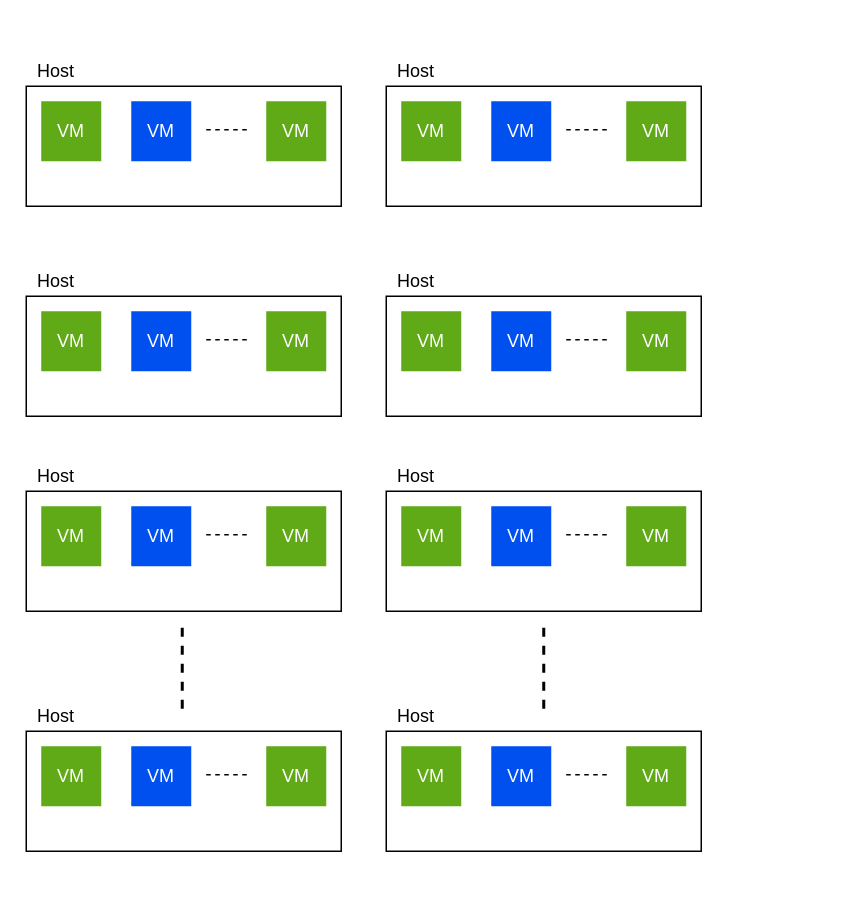
The draw.io diagram Virtual ELB.drawio in sugchand/drawio, before the edit. Source tidied: cells renumbered, new cells numbered last; positions are measured from the earlier drawing's top-left corner, leaving out a move shared by most shapes. Both pictures are drawn from the tidied source at 150%, with x=0, y=0 at pixel (26, 56).
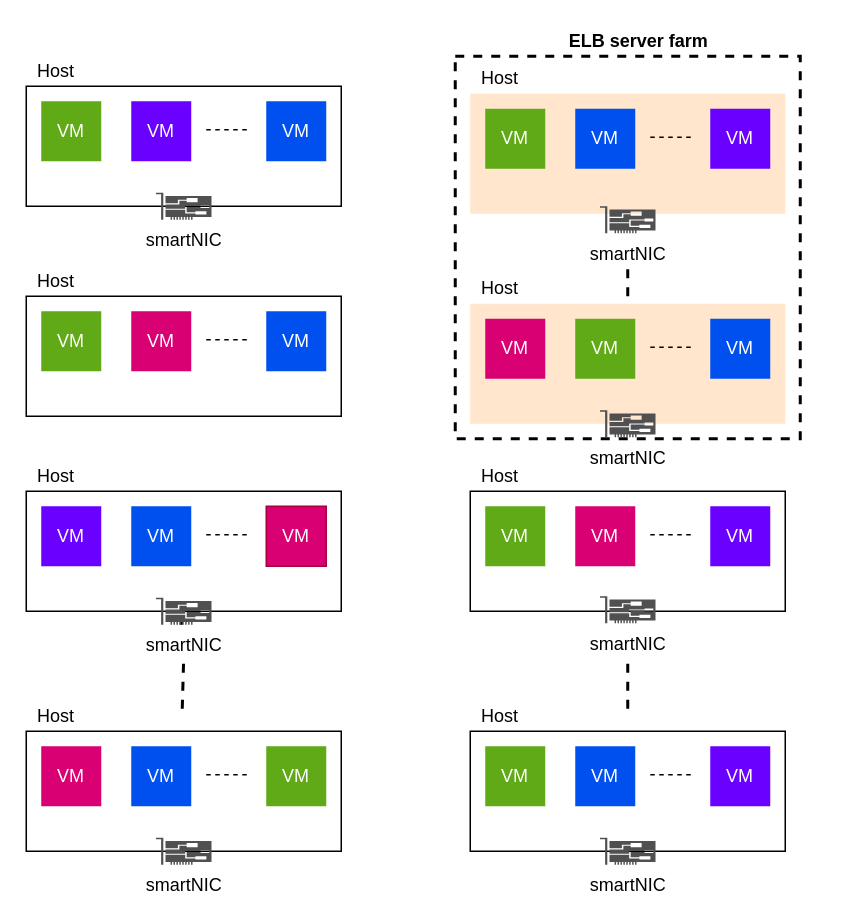
Above is the later version.

Unchanged cells that the change refers to:
```xml
<mxCell id="16" style="group;" parent="1" vertex="1">
  <mxGeometry y="140" width="210" height="100" as="geometry" />
</mxCell>
<mxCell id="30" style="group;" parent="1" vertex="1">
  <mxGeometry y="270" width="210" height="100" as="geometry" />
</mxCell>
<mxCell id="44" style="group;" parent="1" vertex="1">
  <mxGeometry y="430" width="210" height="100" as="geometry" />
</mxCell>
```

The edit, as a diff of the source:
```diff
@@
     <mxCell id="2" style="group;" parent="1" vertex="1">
-      <mxGeometry width="210" height="100" as="geometry" />
+      <mxGeometry width="210" height="109" as="geometry" />
     </mxCell>
@@
-    <mxCell id="5" value="VM" style="rounded=0;whiteSpace=wrap;html=1;fillColor=#0050ef;strokeColor=none;fontColor=#ffffff;" parent="2" vertex="1">
+    <mxCell id="5" value="VM" style="rounded=0;whiteSpace=wrap;html=1;fillColor=#6a00ff;strokeColor=none;fontColor=#ffffff;" parent="2" vertex="1">
       <mxGeometry x="70" y="30" width="40" height="40" as="geometry" />
     </mxCell>
-    <mxCell id="6" value="VM" style="rounded=0;whiteSpace=wrap;html=1;fillColor=#60a917;strokeColor=none;fontColor=#ffffff;" parent="2" vertex="1">
+    <mxCell id="6" value="VM" style="rounded=0;whiteSpace=wrap;html=1;fillColor=#0050ef;strokeColor=none;fontColor=#ffffff;" parent="2" vertex="1">
       <mxGeometry x="160" y="30" width="40" height="40" as="geometry" />
     </mxCell>
@@
-    <mxCell id="9" style="group;" parent="1" vertex="1">
-      <mxGeometry x="240" width="210" height="100" as="geometry" />
-    </mxCell>
-    <mxCell id="10" style="rounded=0;whiteSpace=wrap;html=1;" parent="9" vertex="1">
-      <mxGeometry y="20" width="210" height="80" as="geometry" />
-    </mxCell>
-    <mxCell id="11" value="VM" style="rounded=0;whiteSpace=wrap;html=1;fillColor=#60a917;strokeColor=none;fontColor=#ffffff;" parent="9" vertex="1">
-      <mxGeometry x="10" y="30" width="40" height="40" as="geometry" />
-    </mxCell>
-    <mxCell id="12" value="VM" style="rounded=0;whiteSpace=wrap;html=1;fillColor=#0050ef;strokeColor=none;fontColor=#ffffff;" parent="9" vertex="1">
-      <mxGeometry x="70" y="30" width="40" height="40" as="geometry" />
-    </mxCell>
-    <mxCell id="13" value="VM" style="rounded=0;whiteSpace=wrap;html=1;fillColor=#60a917;strokeColor=none;fontColor=#ffffff;" parent="9" vertex="1">
-      <mxGeometry x="160" y="30" width="40" height="40" as="geometry" />
-    </mxCell>
-    <mxCell id="14" style="endArrow=none;dashed=1;html=1;" parent="9" edge="1">
-      <mxGeometry relative="1" as="geometry">
-        <mxPoint x="120" y="49" as="sourcePoint" />
-        <mxPoint x="150" y="49" as="targetPoint" />
-      </mxGeometry>
-    </mxCell>
-    <mxCell id="15" value="Host" style="text;html=1;strokeColor=none;fillColor=none;align=center;verticalAlign=middle;whiteSpace=wrap;rounded=0;" parent="9" vertex="1">
-      <mxGeometry width="40" height="20" as="geometry" />
-    </mxCell>
+    <mxCell id="60" value="smartNIC" style="shadow=0;dashed=0;html=1;strokeColor=none;fillColor=#505050;labelPosition=center;verticalLabelPosition=bottom;verticalAlign=top;align=center;shape=mxgraph.office.devices.nic;" parent="2" vertex="1">
+      <mxGeometry x="86.5" y="91" width="37" height="18" as="geometry" />
+    </mxCell>
@@
-    <mxCell id="19" value="VM" style="rounded=0;whiteSpace=wrap;html=1;fillColor=#0050ef;strokeColor=none;fontColor=#ffffff;" parent="16" vertex="1">
+    <mxCell id="19" value="VM" style="rounded=0;whiteSpace=wrap;html=1;fillColor=#d80073;strokeColor=none;fontColor=#ffffff;" parent="16" vertex="1">
       <mxGeometry x="70" y="30" width="40" height="40" as="geometry" />
     </mxCell>
-    <mxCell id="20" value="VM" style="rounded=0;whiteSpace=wrap;html=1;fillColor=#60a917;strokeColor=none;fontColor=#ffffff;" parent="16" vertex="1">
+    <mxCell id="20" value="VM" style="rounded=0;whiteSpace=wrap;html=1;fillColor=#0050ef;strokeColor=none;fontColor=#ffffff;" parent="16" vertex="1">
       <mxGeometry x="160" y="30" width="40" height="40" as="geometry" />
     </mxCell>
@@
-    <mxCell id="23" style="group;" parent="1" vertex="1">
-      <mxGeometry x="240" y="140" width="210" height="100" as="geometry" />
-    </mxCell>
-    <mxCell id="24" style="rounded=0;whiteSpace=wrap;html=1;" parent="23" vertex="1">
-      <mxGeometry y="20" width="210" height="80" as="geometry" />
-    </mxCell>
-    <mxCell id="25" value="VM" style="rounded=0;whiteSpace=wrap;html=1;fillColor=#60a917;strokeColor=none;fontColor=#ffffff;" parent="23" vertex="1">
-      <mxGeometry x="10" y="30" width="40" height="40" as="geometry" />
-    </mxCell>
-    <mxCell id="26" value="VM" style="rounded=0;whiteSpace=wrap;html=1;fillColor=#0050ef;strokeColor=none;fontColor=#ffffff;" parent="23" vertex="1">
-      <mxGeometry x="70" y="30" width="40" height="40" as="geometry" />
-    </mxCell>
-    <mxCell id="27" value="VM" style="rounded=0;whiteSpace=wrap;html=1;fillColor=#60a917;strokeColor=none;fontColor=#ffffff;" parent="23" vertex="1">
-      <mxGeometry x="160" y="30" width="40" height="40" as="geometry" />
-    </mxCell>
-    <mxCell id="28" style="endArrow=none;dashed=1;html=1;" parent="23" edge="1">
-      <mxGeometry relative="1" as="geometry">
-        <mxPoint x="120" y="49" as="sourcePoint" />
-        <mxPoint x="150" y="49" as="targetPoint" />
-      </mxGeometry>
-    </mxCell>
-    <mxCell id="29" value="Host" style="text;html=1;strokeColor=none;fillColor=none;align=center;verticalAlign=middle;whiteSpace=wrap;rounded=0;" parent="23" vertex="1">
-      <mxGeometry width="40" height="20" as="geometry" />
-    </mxCell>
@@
-    <mxCell id="32" value="VM" style="rounded=0;whiteSpace=wrap;html=1;fillColor=#60a917;strokeColor=none;fontColor=#ffffff;" parent="30" vertex="1">
+    <mxCell id="32" value="VM" style="rounded=0;whiteSpace=wrap;html=1;fillColor=#6a00ff;strokeColor=none;fontColor=#ffffff;" parent="30" vertex="1">
       <mxGeometry x="10" y="30" width="40" height="40" as="geometry" />
     </mxCell>
@@
-    <mxCell id="34" value="VM" style="rounded=0;whiteSpace=wrap;html=1;fillColor=#60a917;strokeColor=none;fontColor=#ffffff;" parent="30" vertex="1">
+    <mxCell id="34" value="VM" style="rounded=0;whiteSpace=wrap;html=1;fillColor=#d80073;strokeColor=#A50040;fontColor=#ffffff;" parent="30" vertex="1">
       <mxGeometry x="160" y="30" width="40" height="40" as="geometry" />
     </mxCell>
@@
     <mxCell id="37" style="group;" parent="1" vertex="1">
-      <mxGeometry x="240" y="270" width="210" height="100" as="geometry" />
+      <mxGeometry x="296" y="270" width="210" height="100" as="geometry" />
     </mxCell>
@@
-    <mxCell id="40" value="VM" style="rounded=0;whiteSpace=wrap;html=1;fillColor=#0050ef;strokeColor=none;fontColor=#ffffff;" parent="37" vertex="1">
+    <mxCell id="40" value="VM" style="rounded=0;whiteSpace=wrap;html=1;fillColor=#d80073;strokeColor=none;fontColor=#ffffff;" parent="37" vertex="1">
       <mxGeometry x="70" y="30" width="40" height="40" as="geometry" />
     </mxCell>
-    <mxCell id="41" value="VM" style="rounded=0;whiteSpace=wrap;html=1;fillColor=#60a917;strokeColor=none;fontColor=#ffffff;" parent="37" vertex="1">
+    <mxCell id="41" value="VM" style="rounded=0;whiteSpace=wrap;html=1;fillColor=#6a00ff;strokeColor=none;fontColor=#ffffff;" parent="37" vertex="1">
       <mxGeometry x="160" y="30" width="40" height="40" as="geometry" />
     </mxCell>
@@
-    <mxCell id="46" value="VM" style="rounded=0;whiteSpace=wrap;html=1;fillColor=#60a917;strokeColor=none;fontColor=#ffffff;" parent="44" vertex="1">
+    <mxCell id="46" value="VM" style="rounded=0;whiteSpace=wrap;html=1;fillColor=#d80073;strokeColor=none;fontColor=#ffffff;" parent="44" vertex="1">
       <mxGeometry x="10" y="30" width="40" height="40" as="geometry" />
     </mxCell>
@@
     <mxCell id="51" style="group;" parent="1" vertex="1">
-      <mxGeometry x="240" y="430" width="210" height="100" as="geometry" />
+      <mxGeometry x="296" y="430" width="210" height="109" as="geometry" />
     </mxCell>
@@
-    <mxCell id="55" value="VM" style="rounded=0;whiteSpace=wrap;html=1;fillColor=#60a917;strokeColor=none;fontColor=#ffffff;" parent="51" vertex="1">
+    <mxCell id="55" value="VM" style="rounded=0;whiteSpace=wrap;html=1;fillColor=#6a00ff;strokeColor=none;fontColor=#ffffff;" parent="51" vertex="1">
       <mxGeometry x="160" y="30" width="40" height="40" as="geometry" />
     </mxCell>
@@
+    <mxCell id="61" value="smartNIC" style="shadow=0;dashed=0;html=1;strokeColor=none;fillColor=#505050;labelPosition=center;verticalLabelPosition=bottom;verticalAlign=top;align=center;shape=mxgraph.office.devices.nic;" parent="51" vertex="1">
+      <mxGeometry x="86.5" y="91" width="37" height="18" as="geometry" />
+    </mxCell>
-    <mxCell id="58" style="endArrow=none;dashed=1;html=1;strokeWidth=2;" parent="1" edge="1">
+    <mxCell id="58" style="endArrow=none;dashed=1;html=1;strokeWidth=2;" parent="1" edge="1" source="70">
       <mxGeometry relative="1" as="geometry">
-        <mxPoint x="104" y="435" as="sourcePoint" />
         <mxPoint x="104" y="375" as="targetPoint" />
       </mxGeometry>
     </mxCell>
     <mxCell id="59" style="endArrow=none;dashed=1;html=1;strokeWidth=2;" parent="1" edge="1">
       <mxGeometry relative="1" as="geometry">
-        <mxPoint x="345" y="435" as="sourcePoint" />
-        <mxPoint x="345" y="375" as="targetPoint" />
+        <mxPoint x="401" y="435" as="sourcePoint" />
+        <mxPoint x="401" y="400" as="targetPoint" />
       </mxGeometry>
     </mxCell>
+    <mxCell id="62" style="group;" parent="1" vertex="1">
+      <mxGeometry x="286" width="250" height="255" as="geometry" />
+    </mxCell>
+    <mxCell id="63" style="rounded=0;whiteSpace=wrap;html=1;dashed=1;strokeWidth=2;" parent="62" vertex="1">
+      <mxGeometry width="230" height="255" as="geometry" />
+    </mxCell>
+    <mxCell id="64" style="group;" parent="62" vertex="1">
+      <mxGeometry x="10" y="5" width="240" height="250" as="geometry" />
+    </mxCell>
+    <mxCell id="23" style="group;" parent="64" vertex="1">
+      <mxGeometry y="140" width="210" height="109" as="geometry" />
+    </mxCell>
+    <mxCell id="24" style="rounded=0;whiteSpace=wrap;html=1;fillColor=#ffe6cc;strokeColor=none;" parent="23" vertex="1">
+      <mxGeometry y="20" width="210" height="80" as="geometry" />
+    </mxCell>
+    <mxCell id="25" value="VM" style="rounded=0;whiteSpace=wrap;html=1;fillColor=#d80073;strokeColor=none;fontColor=#ffffff;" parent="23" vertex="1">
+      <mxGeometry x="10" y="30" width="40" height="40" as="geometry" />
+    </mxCell>
+    <mxCell id="26" value="VM" style="rounded=0;whiteSpace=wrap;html=1;fillColor=#60a917;strokeColor=none;fontColor=#ffffff;" parent="23" vertex="1">
+      <mxGeometry x="70" y="30" width="40" height="40" as="geometry" />
+    </mxCell>
+    <mxCell id="27" value="VM" style="rounded=0;whiteSpace=wrap;html=1;fillColor=#0050ef;strokeColor=none;fontColor=#ffffff;" parent="23" vertex="1">
+      <mxGeometry x="160" y="30" width="40" height="40" as="geometry" />
+    </mxCell>
+    <mxCell id="28" style="endArrow=none;dashed=1;html=1;" parent="23" edge="1">
+      <mxGeometry relative="1" as="geometry">
+        <mxPoint x="120" y="49" as="sourcePoint" />
+        <mxPoint x="150" y="49" as="targetPoint" />
+      </mxGeometry>
+    </mxCell>
+    <mxCell id="29" value="Host" style="text;html=1;strokeColor=none;fillColor=none;align=center;verticalAlign=middle;whiteSpace=wrap;rounded=0;" parent="23" vertex="1">
+      <mxGeometry width="40" height="20" as="geometry" />
+    </mxCell>
+    <mxCell id="65" value="smartNIC" style="shadow=0;dashed=0;html=1;strokeColor=none;fillColor=#505050;labelPosition=center;verticalLabelPosition=bottom;verticalAlign=top;align=center;shape=mxgraph.office.devices.nic;" parent="23" vertex="1">
+      <mxGeometry x="86.5" y="91" width="37" height="18" as="geometry" />
+    </mxCell>
+    <mxCell id="66" style="group;" parent="64" vertex="1">
+      <mxGeometry width="240" height="250" as="geometry" />
+    </mxCell>
+    <mxCell id="10" style="rounded=0;whiteSpace=wrap;html=1;fillColor=#ffe6cc;strokeColor=none;" parent="66" vertex="1">
+      <mxGeometry y="20" width="210" height="80" as="geometry" />
+    </mxCell>
+    <mxCell id="11" value="VM" style="rounded=0;whiteSpace=wrap;html=1;fillColor=#60a917;strokeColor=none;fontColor=#ffffff;" parent="66" vertex="1">
+      <mxGeometry x="10" y="30" width="40" height="40" as="geometry" />
+    </mxCell>
+    <mxCell id="12" value="VM" style="rounded=0;whiteSpace=wrap;html=1;fillColor=#0050ef;strokeColor=none;fontColor=#ffffff;" parent="66" vertex="1">
+      <mxGeometry x="70" y="30" width="40" height="40" as="geometry" />
+    </mxCell>
+    <mxCell id="13" value="VM" style="rounded=0;whiteSpace=wrap;html=1;fillColor=#6a00ff;strokeColor=none;fontColor=#ffffff;" parent="66" vertex="1">
+      <mxGeometry x="160" y="30" width="40" height="40" as="geometry" />
+    </mxCell>
+    <mxCell id="14" style="endArrow=none;dashed=1;html=1;" parent="66" edge="1">
+      <mxGeometry relative="1" as="geometry">
+        <mxPoint x="120" y="49" as="sourcePoint" />
+        <mxPoint x="150" y="49" as="targetPoint" />
+      </mxGeometry>
+    </mxCell>
+    <mxCell id="15" value="Host" style="text;html=1;strokeColor=none;fillColor=none;align=center;verticalAlign=middle;whiteSpace=wrap;rounded=0;" parent="66" vertex="1">
+      <mxGeometry width="40" height="20" as="geometry" />
+    </mxCell>
+    <mxCell id="67" value="smartNIC" style="shadow=0;dashed=0;html=1;strokeColor=none;fillColor=#505050;labelPosition=center;verticalLabelPosition=bottom;verticalAlign=top;align=center;shape=mxgraph.office.devices.nic;" parent="62" vertex="1">
+      <mxGeometry x="96.5" y="100" width="37" height="18" as="geometry" />
+    </mxCell>
+    <mxCell id="68" style="endArrow=none;dashed=1;html=1;strokeWidth=2;" parent="62" edge="1">
+      <mxGeometry relative="1" as="geometry">
+        <mxPoint x="115" y="160" as="sourcePoint" />
+        <mxPoint x="115" y="140" as="targetPoint" />
+      </mxGeometry>
+    </mxCell>
+    <mxCell id="69" value="&lt;b&gt;ELB server farm&lt;/b&gt;" style="text;html=1;strokeColor=none;fillColor=none;align=center;verticalAlign=middle;whiteSpace=wrap;rounded=0;dashed=1;" parent="1" vertex="1">
+      <mxGeometry x="361" y="-20" width="95" height="20" as="geometry" />
+    </mxCell>
+    <mxCell id="70" value="smartNIC" style="shadow=0;dashed=0;html=1;strokeColor=none;fillColor=#505050;labelPosition=center;verticalLabelPosition=bottom;verticalAlign=top;outlineConnect=0;align=center;shape=mxgraph.office.devices.nic;" parent="1" vertex="1">
+      <mxGeometry x="86.5" y="361" width="37" height="18" as="geometry" />
+    </mxCell>
+    <mxCell id="71" style="endArrow=none;dashed=1;html=1;strokeWidth=2;" parent="1" edge="1">
+      <mxGeometry relative="1" as="geometry">
+        <mxPoint x="104" y="435" as="sourcePoint" />
+        <mxPoint x="105" y="400" as="targetPoint" />
+      </mxGeometry>
+    </mxCell>
+    <mxCell id="72" value="smartNIC" style="shadow=0;dashed=0;html=1;strokeColor=none;fillColor=#505050;labelPosition=center;verticalLabelPosition=bottom;verticalAlign=top;align=center;shape=mxgraph.office.devices.nic;" parent="1" vertex="1">
+      <mxGeometry x="86.5" y="521" width="37" height="18" as="geometry" />
+    </mxCell>
+    <mxCell id="73" value="smartNIC" style="shadow=0;dashed=0;html=1;strokeColor=none;fillColor=#505050;labelPosition=center;verticalLabelPosition=bottom;verticalAlign=top;align=center;shape=mxgraph.office.devices.nic;" parent="1" vertex="1">
+      <mxGeometry x="382.5" y="360" width="37" height="18" as="geometry" />
+    </mxCell>
```
